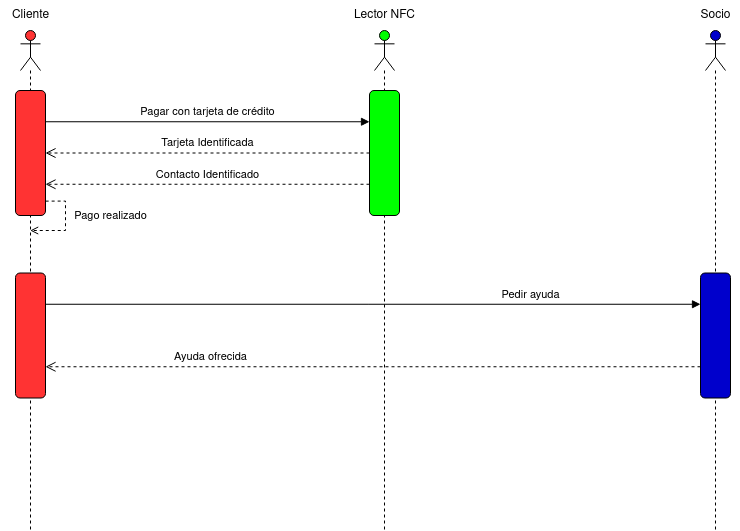
RafaelMayor/ETS keeps this draw.io diagram as Diagramas/EXAMEN ETS DIAGRAMAS/Diagrama Secuencia Gestión Compra Internet.drawio.png. Above is the earlier version. Source tidied: cells renumbered, new cells last; positions are measured from the earlier drawing's top-left corner, leaving out a move shared by most shapes.
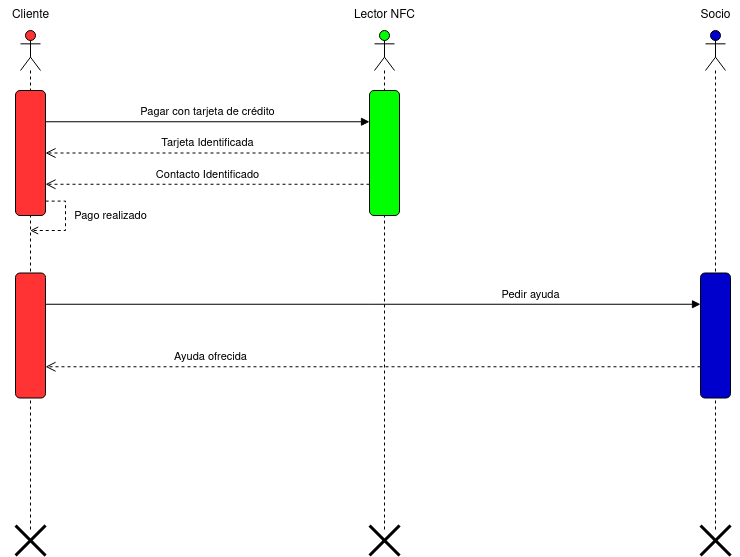
The same diagram one commit later.

What changed in the source:
```diff
@@ -58,5 +58,14 @@
     <mxCell id="18" value="Ayuda ofrecida" style="html=1;verticalAlign=bottom;endArrow=open;dashed=1;endSize=8;curved=0;rounded=0;exitX=0.75;exitY=1;exitDx=0;exitDy=0;entryX=0.75;entryY=0;entryDx=0;entryDy=0;" parent="1" edge="1" source="16" target="15">
       <mxGeometry x="0.5" relative="1" as="geometry" />
     </mxCell>
+    <mxCell id="19" style="shape=umlDestroy;whiteSpace=wrap;html=1;strokeWidth=3;targetShapes=umlLifeline;" parent="1" vertex="1">
+      <mxGeometry x="47" y="525" width="30" height="30" as="geometry" />
+    </mxCell>
+    <mxCell id="20" style="shape=umlDestroy;whiteSpace=wrap;html=1;strokeWidth=3;targetShapes=umlLifeline;" parent="1" vertex="1">
+      <mxGeometry x="732" y="525" width="30" height="30" as="geometry" />
+    </mxCell>
+    <mxCell id="21" style="shape=umlDestroy;whiteSpace=wrap;html=1;strokeWidth=3;targetShapes=umlLifeline;" parent="1" vertex="1">
+      <mxGeometry x="401" y="525" width="30" height="30" as="geometry" />
+    </mxCell>
   </root>
 </mxGraphModel>
```
